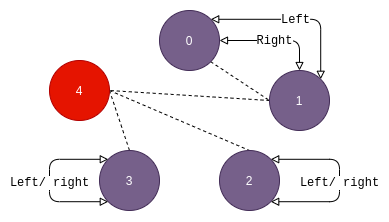
templierw/ids.project keeps this draw.io diagram as report/topologies-dynamic4.png. Above is the earlier version. Source tidied: cells renumbered, new cells last; positions are measured from the earlier drawing's top-left corner, leaving out a move shared by most shapes.
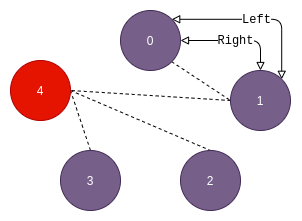
After the change.

What changed in the source:
```diff
@@ -41,21 +41,5 @@
     <mxCell id="12" value="2" style="ellipse;whiteSpace=wrap;html=1;fillColor=#76608a;strokeColor=#432D57;fontColor=#ffffff;" parent="1" vertex="1">
       <mxGeometry x="170" y="140" width="60" height="60" as="geometry" />
     </mxCell>
-    <mxCell id="13" value="&lt;font face=&quot;Courier New&quot;&gt;&lt;span style=&quot;font-size: 12px&quot;&gt;Left/ right&lt;/span&gt;&lt;/font&gt;" style="edgeStyle=orthogonalEdgeStyle;orthogonalLoop=1;jettySize=auto;html=1;entryX=1;entryY=0;entryDx=0;entryDy=0;startArrow=block;startFill=0;endArrow=block;endFill=0;strokeColor=#000000;strokeWidth=1;exitX=1;exitY=1;exitDx=0;exitDy=0;" parent="1" edge="1" source="12" target="12">
-      <mxGeometry x="-0.03" relative="1" as="geometry">
-        <Array as="points">
-          <mxPoint x="290" y="191" />
-          <mxPoint x="290" y="149" />
-        </Array>
-      </mxGeometry>
-    </mxCell>
-    <mxCell id="14" value="&lt;font face=&quot;Courier New&quot;&gt;&lt;span style=&quot;font-size: 12px&quot;&gt;Left/ right&lt;/span&gt;&lt;/font&gt;" style="edgeStyle=orthogonalEdgeStyle;orthogonalLoop=1;jettySize=auto;html=1;entryX=0;entryY=0;entryDx=0;entryDy=0;startArrow=block;startFill=0;endArrow=block;endFill=0;strokeColor=#000000;strokeWidth=1;exitX=0;exitY=1;exitDx=0;exitDy=0;" parent="1" edge="1" source="11" target="11">
-      <mxGeometry x="-0.03" relative="1" as="geometry">
-        <Array as="points">
-          <mxPoint y="191" />
-          <mxPoint y="149" />
-        </Array>
-      </mxGeometry>
-    </mxCell>
   </root>
 </mxGraphModel>
```
